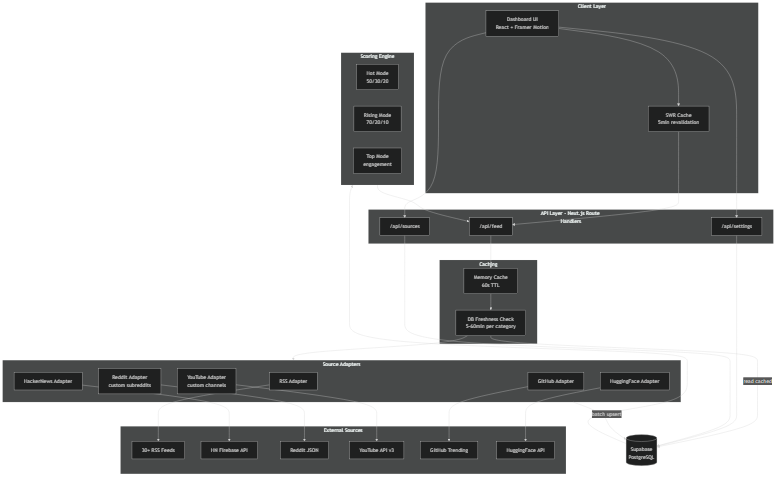
The Mermaid diagram docs/architecture.png in yairbederman/AI-Trends-Dashboard, before a commit. Its source is kept beside it as docs/architecture.mmd.
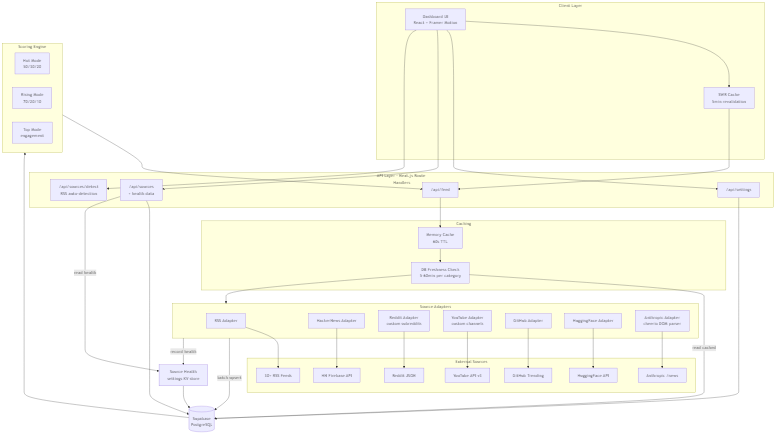
Later version of the same file.

Commit message:
Add cheerio parser for Anthropic adapter and source health monitoring

Diff of the diagram source:
```diff
@@ -7,7 +7,7 @@
     subgraph API["API Layer · Next.js Route Handlers"]
         Feed["/api/feed"]
         Settings["/api/settings"]
-        Sources["/api/sources"]
+        Sources["/api/sources<br/>+ health data"]
         Detect["/api/sources/detect<br/>RSS auto-detection"]
     end
 
@@ -23,6 +23,7 @@
         YT[YouTube Adapter<br/>custom channels]
         GH[GitHub Adapter]
         HF[HuggingFace Adapter]
+        Anth[Anthropic Adapter<br/>cheerio DOM parser]
     end
 
     subgraph Scoring["Scoring Engine"]
@@ -38,9 +39,11 @@
         YTAPI[YouTube API v3]
         GHTrending[GitHub Trending]
         HFAPI[HuggingFace API]
+        AnthNews[Anthropic /news]
     end
 
     DB[(Supabase<br/>PostgreSQL)]
+    Health[Source Health<br/>settings KV store]
 
     UI --> SWR
     SWR --> Feed
@@ -58,11 +61,15 @@
     YT --> YTAPI
     GH --> GHTrending
     HF --> HFAPI
+    Anth --> AnthNews
 
     Adapters -->|batch upsert| DB
+    Adapters -->|record health| Health
     DBCache -->|read cached| DB
     Settings --> DB
     Sources --> DB
+    Sources -->|read health| Health
+    Health --> DB
 
     DB --> Scoring
     Scoring --> Feed
```
